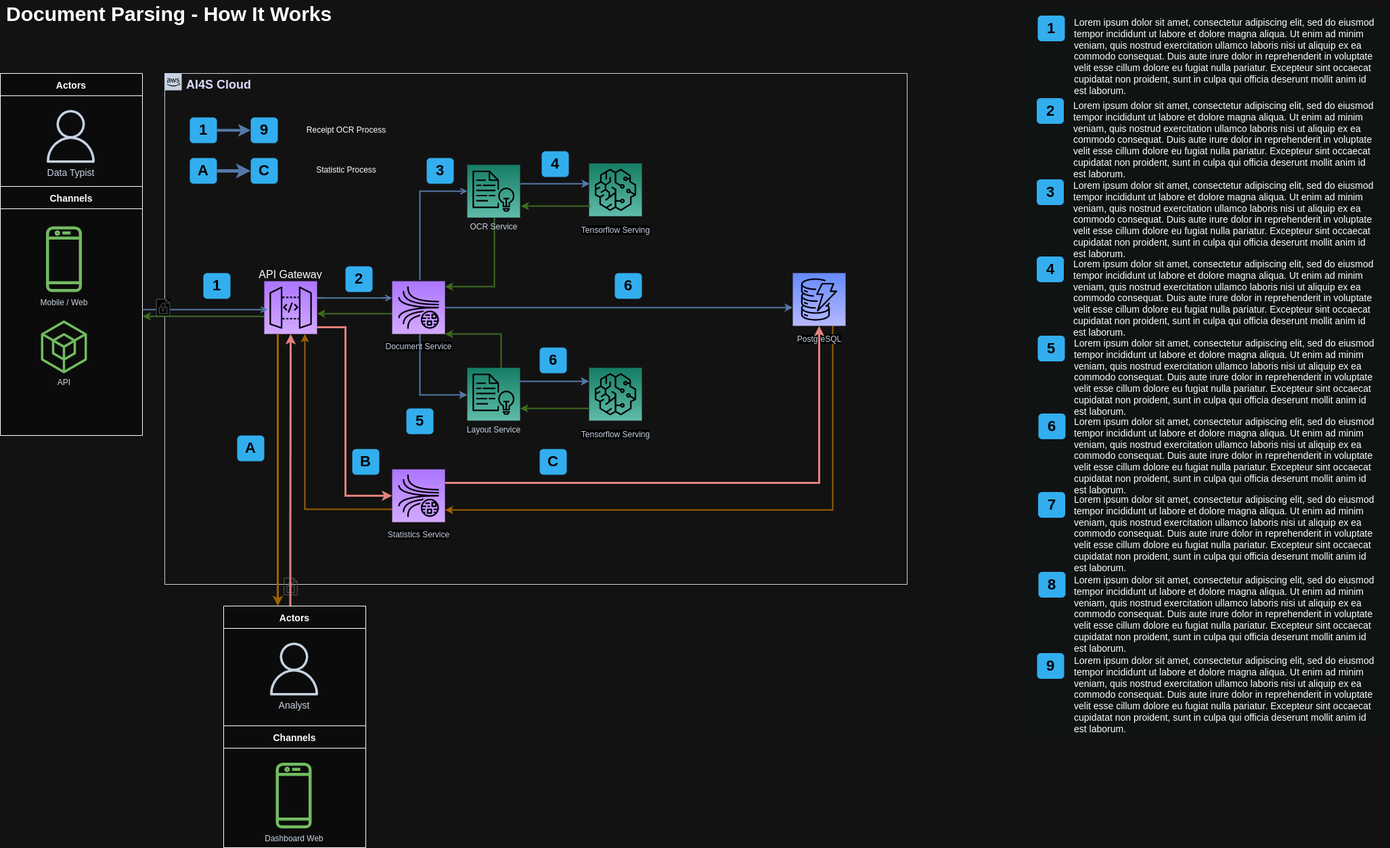
truongpl/truongpl.github.io keeps this draw.io diagram as docs/assets/Mainflow.png. Above is the earlier version. Source tidied: cells renumbered, new cells last; positions are measured from the earlier drawing's top-left corner, leaving out a move shared by most shapes.
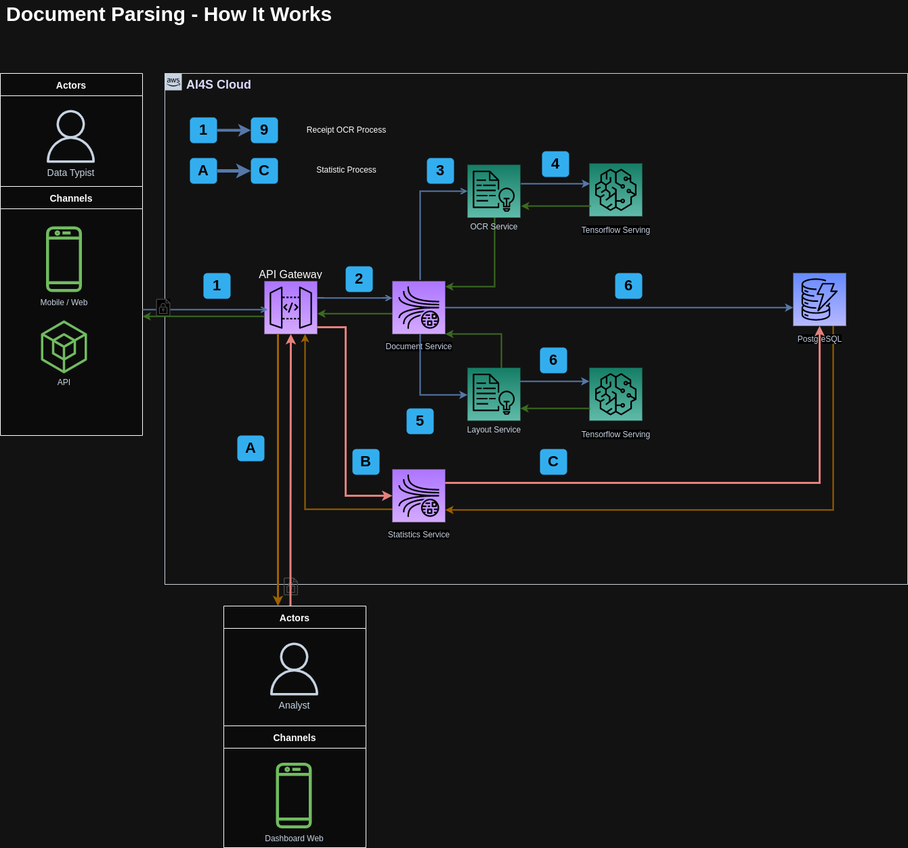
Later version of the same file.

Commit message:
Re drawing and rewriting

Change to the diagram source:
```diff
@@ -2,66 +2,9 @@
   <root>
     <mxCell id="0" />
     <mxCell id="1" parent="0" />
-    <mxCell id="2" style="rounded=0;whiteSpace=wrap;html=1;fillColor=#EAEDED;fontSize=22;fontColor=#FFFFFF;strokeColor=none;labelBackgroundColor=none;" parent="1" vertex="1">
-      <mxGeometry x="1514.5" y="11" width="539" height="1080" as="geometry" />
-    </mxCell>
-    <mxCell id="3" value="1" style="rounded=1;whiteSpace=wrap;html=1;fillColor=#007CBD;strokeColor=none;fontColor=#FFFFFF;fontStyle=1;fontSize=22;labelBackgroundColor=none;" parent="1" vertex="1">
-      <mxGeometry x="1533" y="23.5" width="40" height="38" as="geometry" />
-    </mxCell>
-    <mxCell id="4" value="2" style="rounded=1;whiteSpace=wrap;html=1;fillColor=#007CBD;strokeColor=none;fontColor=#FFFFFF;fontStyle=1;fontSize=22;labelBackgroundColor=none;" parent="1" vertex="1">
-      <mxGeometry x="1531.5" y="145.5" width="40" height="38" as="geometry" />
-    </mxCell>
-    <mxCell id="5" value="3" style="rounded=1;whiteSpace=wrap;html=1;fillColor=#007CBD;strokeColor=none;fontColor=#FFFFFF;fontStyle=1;fontSize=22;labelBackgroundColor=none;" parent="1" vertex="1">
-      <mxGeometry x="1531.5" y="265.5" width="40" height="38" as="geometry" />
-    </mxCell>
-    <mxCell id="6" value="4" style="rounded=1;whiteSpace=wrap;html=1;fillColor=#007CBD;strokeColor=none;fontColor=#FFFFFF;fontStyle=1;fontSize=22;labelBackgroundColor=none;" parent="1" vertex="1">
-      <mxGeometry x="1531.5" y="379.5" width="40" height="38" as="geometry" />
-    </mxCell>
-    <mxCell id="7" value="5" style="rounded=1;whiteSpace=wrap;html=1;fillColor=#007CBD;strokeColor=none;fontColor=#FFFFFF;fontStyle=1;fontSize=22;labelBackgroundColor=none;" parent="1" vertex="1">
-      <mxGeometry x="1533" y="496.5" width="40" height="38" as="geometry" />
-    </mxCell>
-    <mxCell id="8" value="6" style="rounded=1;whiteSpace=wrap;html=1;fillColor=#007CBD;strokeColor=none;fontColor=#FFFFFF;fontStyle=1;fontSize=22;labelBackgroundColor=none;" parent="1" vertex="1">
-      <mxGeometry x="1534" y="611.5" width="40" height="38" as="geometry" />
-    </mxCell>
-    <mxCell id="9" value="7" style="rounded=1;whiteSpace=wrap;html=1;fillColor=#007CBD;strokeColor=none;fontColor=#FFFFFF;fontStyle=1;fontSize=22;labelBackgroundColor=none;" parent="1" vertex="1">
-      <mxGeometry x="1533.5" y="727.5" width="40" height="38" as="geometry" />
-    </mxCell>
-    <mxCell id="10" value="8" style="rounded=1;whiteSpace=wrap;html=1;fillColor=#007CBD;strokeColor=none;fontColor=#FFFFFF;fontStyle=1;fontSize=22;labelBackgroundColor=none;" parent="1" vertex="1">
-      <mxGeometry x="1534" y="845.5" width="40" height="38" as="geometry" />
-    </mxCell>
-    <mxCell id="11" value="9" style="rounded=1;whiteSpace=wrap;html=1;fillColor=#007CBD;strokeColor=none;fontColor=#FFFFFF;fontStyle=1;fontSize=22;labelBackgroundColor=none;" parent="1" vertex="1">
-      <mxGeometry x="1532" y="965.5" width="40" height="38" as="geometry" />
-    </mxCell>
     <mxCell id="12" value="Document Parsing - How It Works" style="text;html=1;align=left;verticalAlign=top;spacingTop=-4;fontSize=30;fontStyle=1;labelBackgroundColor=none;" parent="1" vertex="1">
       <mxGeometry x="6.5" y="0.5" width="500" height="40" as="geometry" />
     </mxCell>
-    <mxCell id="13" value="&lt;span&gt;Lorem ipsum dolor sit amet, consectetur adipiscing elit, sed do eiusmod tempor incididunt ut labore et dolore magna aliqua. Ut enim ad minim veniam, quis nostrud exercitation ullamco laboris nisi ut aliquip ex ea commodo consequat. Duis aute irure dolor in reprehenderit in voluptate velit esse cillum dolore eu fugiat nulla pariatur. Excepteur sint occaecat cupidatat non proident, sunt in culpa qui officia deserunt mollit anim id est laborum.&lt;/span&gt;&lt;br&gt;" style="text;html=1;align=left;verticalAlign=top;spacingTop=-4;fontSize=14;labelBackgroundColor=none;whiteSpace=wrap;" parent="1" vertex="1">
-      <mxGeometry x="1584.5" y="23" width="449" height="118" as="geometry" />
-    </mxCell>
-    <mxCell id="14" value="&lt;span&gt;Lorem ipsum dolor sit amet, consectetur adipiscing elit, sed do eiusmod tempor incididunt ut labore et dolore magna aliqua. Ut enim ad minim veniam, quis nostrud exercitation ullamco laboris nisi ut aliquip ex ea commodo consequat. Duis aute irure dolor in reprehenderit in voluptate velit esse cillum dolore eu fugiat nulla pariatur. Excepteur sint occaecat cupidatat non proident, sunt in culpa qui officia deserunt mollit anim id est laborum.&lt;/span&gt;&lt;br&gt;" style="text;html=1;align=left;verticalAlign=top;spacingTop=-4;fontSize=14;labelBackgroundColor=none;whiteSpace=wrap;" parent="1" vertex="1">
-      <mxGeometry x="1583.5" y="146" width="450" height="115" as="geometry" />
-    </mxCell>
-    <mxCell id="15" value="&lt;span&gt;Lorem ipsum dolor sit amet, consectetur adipiscing elit, sed do eiusmod tempor incididunt ut labore et dolore magna aliqua. Ut enim ad minim veniam, quis nostrud exercitation ullamco laboris nisi ut aliquip ex ea commodo consequat. Duis aute irure dolor in reprehenderit in voluptate velit esse cillum dolore eu fugiat nulla pariatur. Excepteur sint occaecat cupidatat non proident, sunt in culpa qui officia deserunt mollit anim id est laborum.&lt;/span&gt;&lt;br&gt;" style="text;html=1;align=left;verticalAlign=top;spacingTop=-4;fontSize=14;labelBackgroundColor=none;whiteSpace=wrap;" parent="1" vertex="1">
-      <mxGeometry x="1583.5" y="264" width="450" height="117" as="geometry" />
-    </mxCell>
-    <mxCell id="16" value="&lt;span&gt;Lorem ipsum dolor sit amet, consectetur adipiscing elit, sed do eiusmod tempor incididunt ut labore et dolore magna aliqua. Ut enim ad minim veniam, quis nostrud exercitation ullamco laboris nisi ut aliquip ex ea commodo consequat. Duis aute irure dolor in reprehenderit in voluptate velit esse cillum dolore eu fugiat nulla pariatur. Excepteur sint occaecat cupidatat non proident, sunt in culpa qui officia deserunt mollit anim id est laborum.&lt;/span&gt;&lt;br&gt;" style="text;html=1;align=left;verticalAlign=top;spacingTop=-4;fontSize=14;labelBackgroundColor=none;whiteSpace=wrap;" parent="1" vertex="1">
-      <mxGeometry x="1583.5" y="380" width="450" height="121" as="geometry" />
-    </mxCell>
-    <mxCell id="17" value="&lt;span&gt;Lorem ipsum dolor sit amet, consectetur adipiscing elit, sed do eiusmod tempor incididunt ut labore et dolore magna aliqua. Ut enim ad minim veniam, quis nostrud exercitation ullamco laboris nisi ut aliquip ex ea commodo consequat. Duis aute irure dolor in reprehenderit in voluptate velit esse cillum dolore eu fugiat nulla pariatur. Excepteur sint occaecat cupidatat non proident, sunt in culpa qui officia deserunt mollit anim id est laborum.&lt;/span&gt;&lt;br&gt;" style="text;html=1;align=left;verticalAlign=top;spacingTop=-4;fontSize=14;labelBackgroundColor=none;whiteSpace=wrap;" parent="1" vertex="1">
-      <mxGeometry x="1584.5" y="497" width="449" height="114" as="geometry" />
-    </mxCell>
-    <mxCell id="18" value="&lt;span&gt;Lorem ipsum dolor sit amet, consectetur adipiscing elit, sed do eiusmod tempor incididunt ut labore et dolore magna aliqua. Ut enim ad minim veniam, quis nostrud exercitation ullamco laboris nisi ut aliquip ex ea commodo consequat. Duis aute irure dolor in reprehenderit in voluptate velit esse cillum dolore eu fugiat nulla pariatur. Excepteur sint occaecat cupidatat non proident, sunt in culpa qui officia deserunt mollit anim id est laborum.&lt;/span&gt;&lt;br&gt;" style="text;html=1;align=left;verticalAlign=top;spacingTop=-4;fontSize=14;labelBackgroundColor=none;whiteSpace=wrap;" parent="1" vertex="1">
-      <mxGeometry x="1584.5" y="613" width="450" height="118" as="geometry" />
-    </mxCell>
-    <mxCell id="19" value="&lt;span&gt;Lorem ipsum dolor sit amet, consectetur adipiscing elit, sed do eiusmod tempor incididunt ut labore et dolore magna aliqua. Ut enim ad minim veniam, quis nostrud exercitation ullamco laboris nisi ut aliquip ex ea commodo consequat. Duis aute irure dolor in reprehenderit in voluptate velit esse cillum dolore eu fugiat nulla pariatur. Excepteur sint occaecat cupidatat non proident, sunt in culpa qui officia deserunt mollit anim id est laborum.&lt;/span&gt;&lt;br&gt;" style="text;html=1;align=left;verticalAlign=top;spacingTop=-4;fontSize=14;labelBackgroundColor=none;whiteSpace=wrap;" parent="1" vertex="1">
-      <mxGeometry x="1584.5" y="728" width="449" height="113" as="geometry" />
-    </mxCell>
-    <mxCell id="20" value="&lt;span&gt;Lorem ipsum dolor sit amet, consectetur adipiscing elit, sed do eiusmod tempor incididunt ut labore et dolore magna aliqua. Ut enim ad minim veniam, quis nostrud exercitation ullamco laboris nisi ut aliquip ex ea commodo consequat. Duis aute irure dolor in reprehenderit in voluptate velit esse cillum dolore eu fugiat nulla pariatur. Excepteur sint occaecat cupidatat non proident, sunt in culpa qui officia deserunt mollit anim id est laborum.&lt;/span&gt;&lt;br&gt;" style="text;html=1;align=left;verticalAlign=top;spacingTop=-4;fontSize=14;labelBackgroundColor=none;whiteSpace=wrap;" parent="1" vertex="1">
-      <mxGeometry x="1584.5" y="847" width="449" height="124" as="geometry" />
-    </mxCell>
-    <mxCell id="21" value="&lt;span&gt;Lorem ipsum dolor sit amet, consectetur adipiscing elit, sed do eiusmod tempor incididunt ut labore et dolore magna aliqua. Ut enim ad minim veniam, quis nostrud exercitation ullamco laboris nisi ut aliquip ex ea commodo consequat. Duis aute irure dolor in reprehenderit in voluptate velit esse cillum dolore eu fugiat nulla pariatur. Excepteur sint occaecat cupidatat non proident, sunt in culpa qui officia deserunt mollit anim id est laborum.&lt;/span&gt;&lt;br&gt;" style="text;html=1;align=left;verticalAlign=top;spacingTop=-4;fontSize=14;labelBackgroundColor=none;whiteSpace=wrap;" parent="1" vertex="1">
-      <mxGeometry x="1584.5" y="966" width="449" height="115" as="geometry" />
-    </mxCell>
     <mxCell id="22" value="Actors" style="swimlane;fontSize=14;align=center;swimlaneFillColor=#f4f4f4;fillColor=#f4f4f4;startSize=33;" parent="1" vertex="1">
       <mxGeometry y="109" width="210" height="177" as="geometry" />
     </mxCell>
```
